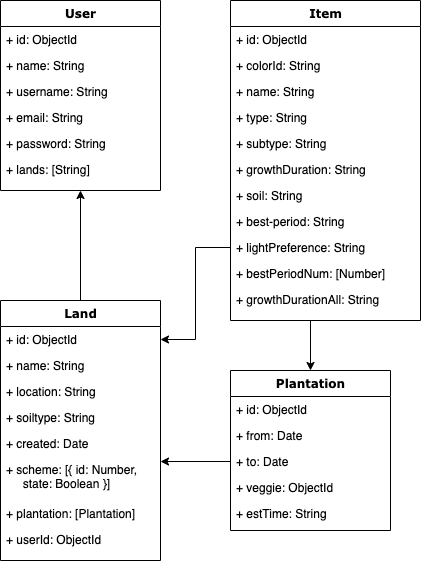
Before: staff/sofia-costa/hoort/hoort-doc/images/data-model.png, a diagram exported from draw.io (sofsscosta/skylab-bootcamp-202001). Source tidied: cells renumbered, new cells last; positions are measured from the earlier drawing's top-left corner, leaving out a move shared by most shapes.
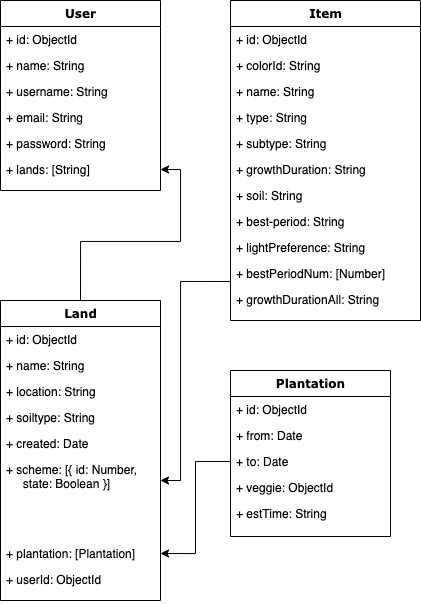
Later version of the same file.

The edit, as a diff of the source:
```diff
@@ -23,11 +23,11 @@
     <mxCell id="8" value="+ lands: [String]" style="text;html=1;strokeColor=none;fillColor=none;align=left;verticalAlign=top;spacingLeft=4;spacingRight=4;whiteSpace=wrap;overflow=hidden;points=[[0,0.5],[1,0.5]];portConstraint=eastwest;" parent="2" vertex="1">
       <mxGeometry y="156" width="160" height="26" as="geometry" />
     </mxCell>
-    <mxCell id="9" style="edgeStyle=orthogonalEdgeStyle;rounded=0;jettySize=auto;html=1;exitX=0.5;exitY=0;exitDx=0;exitDy=0;entryX=0.5;entryY=1;entryDx=0;entryDy=0;" parent="1" edge="1" source="10" target="2">
+    <mxCell id="9" style="edgeStyle=orthogonalEdgeStyle;rounded=0;jettySize=auto;html=1;exitX=0.5;exitY=0;exitDx=0;exitDy=0;entryX=1;entryY=0.5;entryDx=0;entryDy=0;" parent="1" edge="1" source="10" target="8">
       <mxGeometry relative="1" as="geometry" />
     </mxCell>
     <mxCell id="10" value="Land" style="swimlane;html=1;fontStyle=1;align=center;verticalAlign=top;horizontal=1;startSize=26;swimlaneFillColor=#ffffff;rounded=0;shadow=0;comic=0;labelBackgroundColor=none;strokeWidth=1;fillColor=none;fontFamily=Verdana;fontSize=12;" parent="1" vertex="1">
-      <mxGeometry y="300" width="160" height="260" as="geometry" />
+      <mxGeometry y="300" width="160" height="300" as="geometry" />
     </mxCell>
     <mxCell id="11" value="+ id: ObjectId" style="text;html=1;strokeColor=none;fillColor=none;align=left;verticalAlign=top;spacingLeft=4;spacingRight=4;whiteSpace=wrap;overflow=hidden;points=[[0,0.5],[1,0.5]];portConstraint=eastwest;" parent="10" vertex="1">
       <mxGeometry y="26" width="160" height="26" as="geometry" />
@@ -44,26 +44,27 @@
     <mxCell id="15" value="+ created: Date" style="text;html=1;strokeColor=none;fillColor=none;align=left;verticalAlign=top;spacingLeft=4;spacingRight=4;whiteSpace=wrap;overflow=hidden;" parent="10" vertex="1">
       <mxGeometry y="130" width="160" height="26" as="geometry" />
     </mxCell>
-    <mxCell id="16" value="+ scheme: [{ id: Number,&lt;br&gt;&amp;nbsp; &amp;nbsp; &amp;nbsp;state: Boolean }]" style="text;html=1;strokeColor=none;fillColor=none;align=left;verticalAlign=top;spacingLeft=4;spacingRight=4;whiteSpace=wrap;overflow=hidden;points=[[0,0.5],[1,0.5]];portConstraint=eastwest;" parent="10" vertex="1">
-      <mxGeometry y="156" width="160" height="44" as="geometry" />
+    <mxCell id="16" value="+ scheme: [{ id: Number,&lt;br&gt;&amp;nbsp; &amp;nbsp; &amp;nbsp;state: Boolean }]&lt;br&gt;" style="text;html=1;strokeColor=none;fillColor=none;align=left;verticalAlign=top;spacingLeft=4;spacingRight=4;whiteSpace=wrap;overflow=hidden;points=[[0,0.5],[1,0.5]];portConstraint=eastwest;" parent="10" vertex="1">
+      <mxGeometry y="156" width="160" height="84" as="geometry" />
     </mxCell>
     <mxCell id="17" value="+ plantation: [Plantation]" style="text;html=1;strokeColor=none;fillColor=none;align=left;verticalAlign=top;spacingLeft=4;spacingRight=4;whiteSpace=wrap;overflow=hidden;points=[[0,0.5],[1,0.5]];portConstraint=eastwest;" parent="10" vertex="1">
-      <mxGeometry y="200" width="160" height="26" as="geometry" />
+      <mxGeometry y="240" width="160" height="26" as="geometry" />
     </mxCell>
     <mxCell id="18" value="+ userId: ObjectId" style="text;html=1;strokeColor=none;fillColor=none;align=left;verticalAlign=top;spacingLeft=4;spacingRight=4;whiteSpace=wrap;overflow=hidden;" parent="10" vertex="1">
-      <mxGeometry y="226" width="160" height="26" as="geometry" />
+      <mxGeometry y="266" width="160" height="34" as="geometry" />
     </mxCell>
-    <mxCell id="19" style="edgeStyle=orthogonalEdgeStyle;rounded=0;jettySize=auto;html=1;exitX=0;exitY=0.5;exitDx=0;exitDy=0;entryX=1;entryY=0.5;entryDx=0;entryDy=0;" parent="1" edge="1" source="31" target="11">
-      <mxGeometry relative="1" as="geometry" />
+    <mxCell id="19" style="edgeStyle=orthogonalEdgeStyle;rounded=0;jettySize=auto;html=1;exitX=0;exitY=0.5;exitDx=0;exitDy=0;" parent="1" edge="1" target="16">
+      <mxGeometry relative="1" as="geometry">
+        <mxPoint x="250" y="281" as="sourcePoint" />
+        <Array as="points">
+          <mxPoint x="180" y="281" />
+          <mxPoint x="180" y="480" />
+        </Array>
+      </mxGeometry>
     </mxCell>
-    <mxCell id="20" style="edgeStyle=orthogonalEdgeStyle;rounded=0;jettySize=auto;html=1;exitX=0;exitY=0.5;exitDx=0;exitDy=0;entryX=1;entryY=0.114;entryDx=0;entryDy=0;entryPerimeter=0;" parent="1" edge="1" source="37" target="16">
+    <mxCell id="20" style="edgeStyle=orthogonalEdgeStyle;rounded=0;jettySize=auto;html=1;exitX=0;exitY=0.5;exitDx=0;exitDy=0;entryX=1;entryY=0.5;entryDx=0;entryDy=0;" parent="1" edge="1" source="37" target="17">
       <mxGeometry relative="1" as="geometry" />
     </mxCell>
-    <mxCell id="21" style="edgeStyle=orthogonalEdgeStyle;rounded=0;jettySize=auto;html=1;entryX=0.5;entryY=0;entryDx=0;entryDy=0;" parent="1" edge="1" target="34">
-      <mxGeometry relative="1" as="geometry">
-        <mxPoint x="310" y="320" as="sourcePoint" />
-      </mxGeometry>
-    </mxCell>
     <mxCell id="22" value="Item" style="swimlane;html=1;fontStyle=1;align=center;verticalAlign=top;horizontal=1;startSize=26;swimlaneFillColor=#ffffff;rounded=0;shadow=0;comic=0;labelBackgroundColor=none;strokeWidth=1;fillColor=none;fontFamily=Verdana;fontSize=12;" parent="1" vertex="1">
       <mxGeometry x="230" width="190" height="320" as="geometry" />
     </mxCell>
@@ -101,7 +102,7 @@
       <mxGeometry y="286" width="190" height="26" as="geometry" />
     </mxCell>
     <mxCell id="34" value="Plantation" style="swimlane;html=1;fontStyle=1;align=center;verticalAlign=top;horizontal=1;startSize=26;swimlaneFillColor=#ffffff;rounded=0;shadow=0;comic=0;labelBackgroundColor=none;strokeWidth=1;fillColor=none;fontFamily=Verdana;fontSize=12;" parent="1" vertex="1">
-      <mxGeometry x="230" y="370" width="160" height="160" as="geometry" />
+      <mxGeometry x="230" y="370" width="160" height="166" as="geometry" />
     </mxCell>
     <mxCell id="35" value="+ id: ObjectId" style="text;html=1;strokeColor=none;fillColor=none;align=left;verticalAlign=top;spacingLeft=4;spacingRight=4;whiteSpace=wrap;overflow=hidden;" parent="34" vertex="1">
       <mxGeometry y="26" width="160" height="26" as="geometry" />
```
